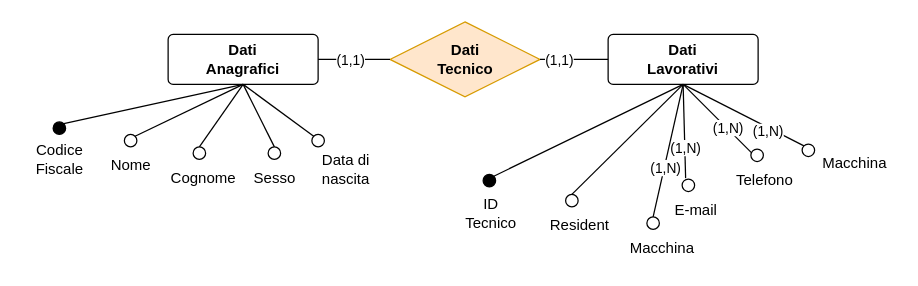
This is Diagrammi/tecnico2.drawio from fedeStaffo/Progetto_Basi_di_dati, a draw.io file, before an edit. Source tidied: cells renumbered, new cells numbered last; positions are measured from the earlier drawing's top-left corner, leaving out a move shared by most shapes. Both pictures are drawn from the tidied source at 125%, with x=0, y=0 at pixel (21, 21).
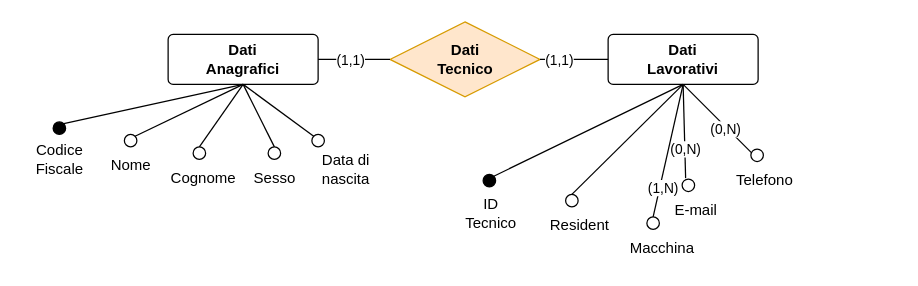
The same page after the edit.

The change refers to these unchanged cells:
```xml
<mxCell id="2" value="&lt;b&gt;Dati&lt;br&gt;Lavorativi&lt;/b&gt;" style="rounded=1;arcSize=10;whiteSpace=wrap;html=1;align=center;" parent="1" vertex="1">
  <mxGeometry x="469" y="10" width="120" height="40" as="geometry" />
</mxCell>
<mxCell id="29" style="endArrow=none;html=1;rounded=0;entryX=0.5;entryY=1;entryDx=0;entryDy=0;" parent="1" edge="1" target="2">
  <mxGeometry relative="1" as="geometry">
    <mxPoint x="531" y="125" as="sourcePoint" />
  </mxGeometry>
</mxCell>
<mxCell id="31" style="endArrow=none;html=1;rounded=0;entryX=0.5;entryY=1;entryDx=0;entryDy=0;" parent="1" edge="1" target="2">
  <mxGeometry relative="1" as="geometry">
    <mxPoint x="584" y="105" as="sourcePoint" />
  </mxGeometry>
</mxCell>
<mxCell id="40" style="endArrow=none;html=1;rounded=0;entryX=0.5;entryY=1;entryDx=0;entryDy=0;" parent="1" edge="1" target="2">
  <mxGeometry relative="1" as="geometry">
    <mxPoint x="505" y="156" as="sourcePoint" />
  </mxGeometry>
</mxCell>
```

The edit, as a diff of the source:
```diff
@@
-    <mxCell id="30" value="(1,N)" style="edgeLabel;html=1;align=center;verticalAlign=middle;" parent="29" vertex="1">
-      <mxGeometry x="-0.33" relative="1" as="geometry" />
-    </mxCell>
+    <mxCell id="46" value="(0,N)" style="edgeLabel;html=1;align=center;verticalAlign=middle;" parent="29" vertex="1">
+      <mxGeometry x="-0.36" relative="1" as="geometry" />
+    </mxCell>
@@
-    <mxCell id="32" value="(1,N)" style="edgeLabel;html=1;align=center;verticalAlign=middle;" parent="31" vertex="1">
-      <mxGeometry x="-0.29" y="-1" relative="1" as="geometry" />
-    </mxCell>
+    <mxCell id="47" value="(0,N)" style="edgeLabel;html=1;align=center;verticalAlign=middle;" parent="31" vertex="1">
+      <mxGeometry x="-0.26" y="1" relative="1" as="geometry" />
+    </mxCell>
@@
     <mxCell id="41" value="(1,N)" style="edgeLabel;html=1;align=center;verticalAlign=middle;" parent="40" vertex="1">
-      <mxGeometry x="-0.25" relative="1" as="geometry" />
+      <mxGeometry x="-0.25" relative="1" as="geometry">
+        <mxPoint x="-2" y="16" as="offset" />
+      </mxGeometry>
     </mxCell>
-    <mxCell id="42" style="endArrow=none;html=1;rounded=0;exitX=0.5;exitY=1;exitDx=0;exitDy=0;entryX=0;entryY=0;entryDx=0;entryDy=0;" parent="1" edge="1" source="2" target="45">
-      <mxGeometry relative="1" as="geometry" />
-    </mxCell>
-    <mxCell id="43" value="(1,N)" style="edgeLabel;html=1;align=center;verticalAlign=middle;" parent="42" vertex="1">
-      <mxGeometry x="0.42" y="-3" relative="1" as="geometry" />
-    </mxCell>
-    <mxCell id="44" value="Macchina" style="text;html=1;align=center;verticalAlign=middle;strokeColor=none;fillColor=none;" parent="1" vertex="1">
-      <mxGeometry x="631" y="99.7" width="69" height="26" as="geometry" />
-    </mxCell>
-    <mxCell id="45" style="ellipse;whiteSpace=wrap;html=1;" parent="1" vertex="1">
-      <mxGeometry x="624.2" y="97.7" width="10" height="10" as="geometry" />
-    </mxCell>
```
